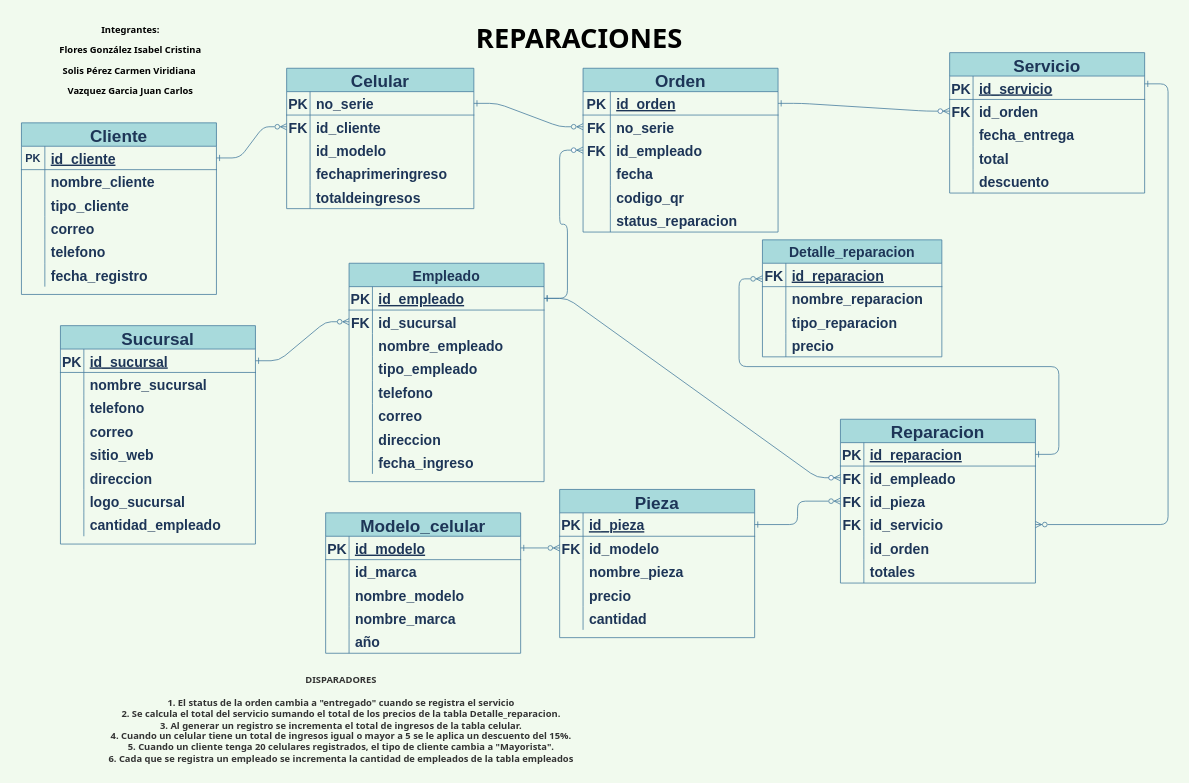
This is Borrador2Reparaciones.drawio from ViridianaSolis11/Base-de-datos-, a draw.io file, before an edit. Source tidied: cells renumbered, new cells numbered last; positions are measured from the earlier drawing's top-left corner, leaving out a move shared by most shapes. Both pictures are drawn from the tidied source at 78%, with x=0, y=0 at pixel (13, 13).
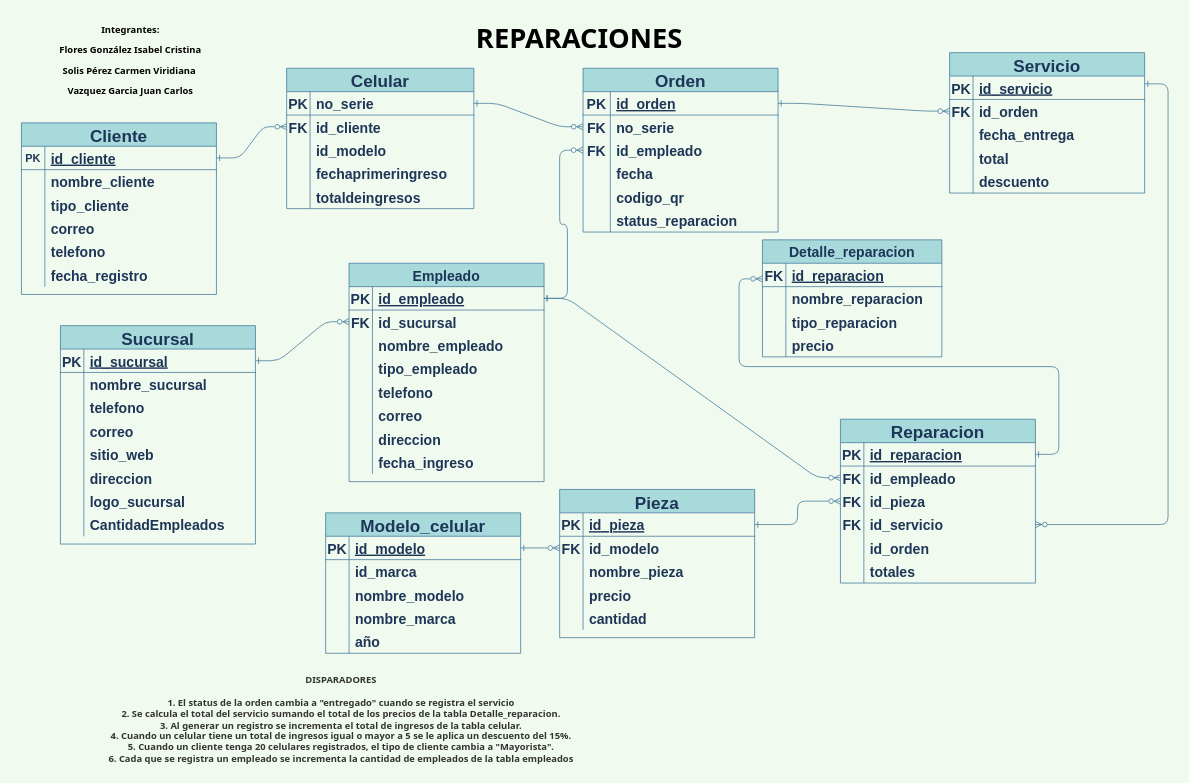
The same diagram, later.

The change refers to these unchanged cells:
```xml
<mxCell id="44" style="shape=partialRectangle;fillColor=none;top=0;left=0;right=0;bottom=0;strokeColor=#457B9D;fontColor=#1D3557;" parent="22" vertex="1">
  <mxGeometry y="240" width="250" height="30" as="geometry" />
</mxCell>
```

The edit, as a diff of the source:
```diff
@@
-    <mxCell id="46" value="cantidad_empleado" style="shape=partialRectangle;overflow=hidden;fillColor=none;top=0;left=0;bottom=0;right=0;align=left;spacingLeft=6;fontSize=18;fontStyle=1;strokeColor=#457B9D;fontColor=#1D3557;" parent="44" vertex="1">
+    <mxCell id="46" value="CantidadEmpleados" style="shape=partialRectangle;overflow=hidden;fillColor=none;top=0;left=0;bottom=0;right=0;align=left;spacingLeft=6;fontSize=18;fontStyle=1;strokeColor=#457B9D;fontColor=#1D3557;" parent="44" vertex="1">
       <mxGeometry x="30" width="220" height="30" as="geometry" />
     </mxCell>
```
